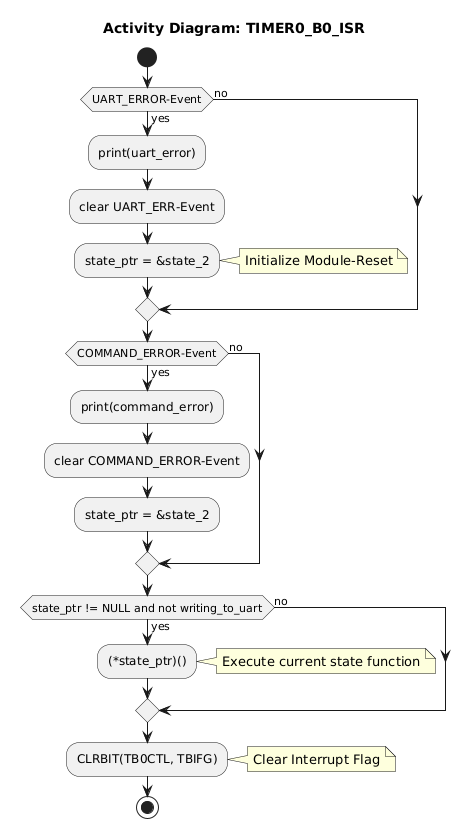
Above: Wissenschaftliche_LaTeX/Bilder/observer_activity_diagram_timer_b0.png in Julz124/Bachelor_Thesis_MSP430_FR5729 (PlantUML), before the change. The source it was exported from:
```plantuml
@startuml
title Activity Diagram: TIMER0_B0_ISR

start

if (UART_ERROR-Event) then (yes)
  :print(uart_error);
  :clear UART_ERR-Event;
  :state_ptr = &state_2;
  note right: Initialize Module-Reset
else (no)
endif

if (COMMAND_ERROR-Event) then (yes)
  :print(command_error);
  :clear COMMAND_ERROR-Event;
  :state_ptr = &state_2;
else (no)
endif

if (state_ptr != NULL and not writing_to_uart) then (yes)
  :(*state_ptr)();
  note right: Execute current state function
else (no)
endif

:CLRBIT(TB0CTL, TBIFG);
note right: Clear Interrupt Flag

stop
@enduml
```
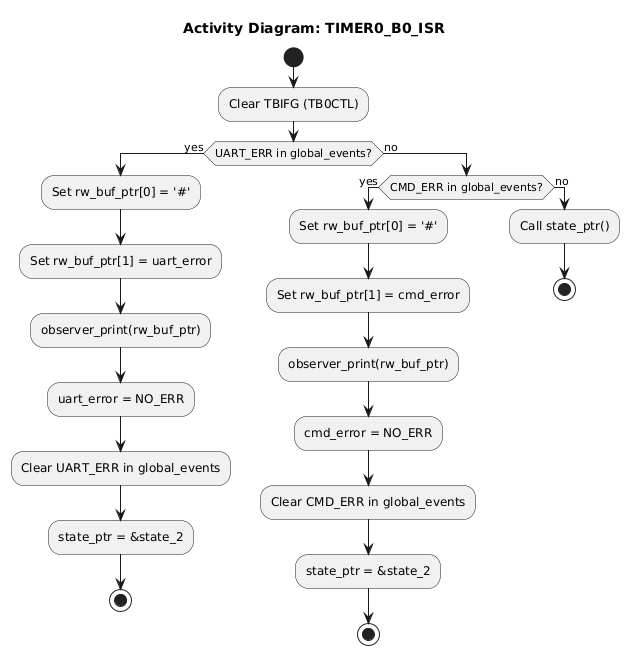
After the commit.

Diff of the diagram source:
```diff
@@ -3,29 +3,28 @@
 
 start
 
-if (UART_ERROR-Event) then (yes)
-  :print(uart_error);
-  :clear UART_ERR-Event;
-  :state_ptr = &state_2;
-  note right: Initialize Module-Reset
+:Clear TBIFG (TB0CTL);
+
+if (UART_ERR in global_events?) then (yes)
+    :Set rw_buf_ptr[0] = '#';
+    :Set rw_buf_ptr[1] = uart_error;
+    :observer_print(rw_buf_ptr);
+    :uart_error = NO_ERR;
+    :Clear UART_ERR in global_events;
+    :state_ptr = &state_2;
+    stop
 else (no)
+    if (CMD_ERR in global_events?) then (yes)
+        :Set rw_buf_ptr[0] = '#';
+        :Set rw_buf_ptr[1] = cmd_error;
+        :observer_print(rw_buf_ptr);
+        :cmd_error = NO_ERR;
+        :Clear CMD_ERR in global_events;
+        :state_ptr = &state_2;
+        stop
+    else (no)
+        :Call state_ptr();
+        stop
+    endif
 endif
-
-if (COMMAND_ERROR-Event) then (yes)
-  :print(command_error);
-  :clear COMMAND_ERROR-Event;
-  :state_ptr = &state_2;
-else (no)
-endif
-
-if (state_ptr != NULL and not writing_to_uart) then (yes)
-  :(*state_ptr)();
-  note right: Execute current state function
-else (no)
-endif
-
-:CLRBIT(TB0CTL, TBIFG);
-note right: Clear Interrupt Flag
-
-stop
 @enduml
```
